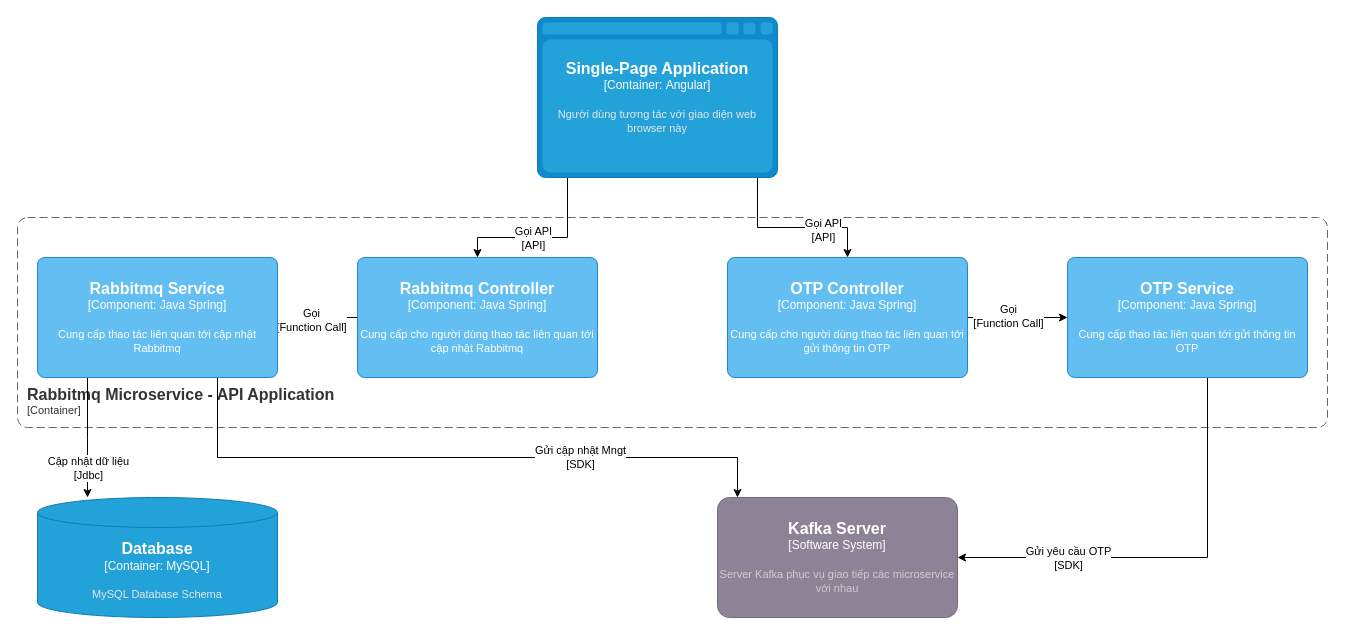
Earlier version of the draw.io diagram Idg-Portal lv3 Rabbitmq API.drawio (dangngocsoncntt/draw.io). Source tidied: cells renumbered, new cells numbered last; positions are measured from the earlier drawing's top-left corner, leaving out a move shared by most shapes. Both pictures are drawn from the tidied source at 100%, with x=0, y=0 at pixel (17, 17).
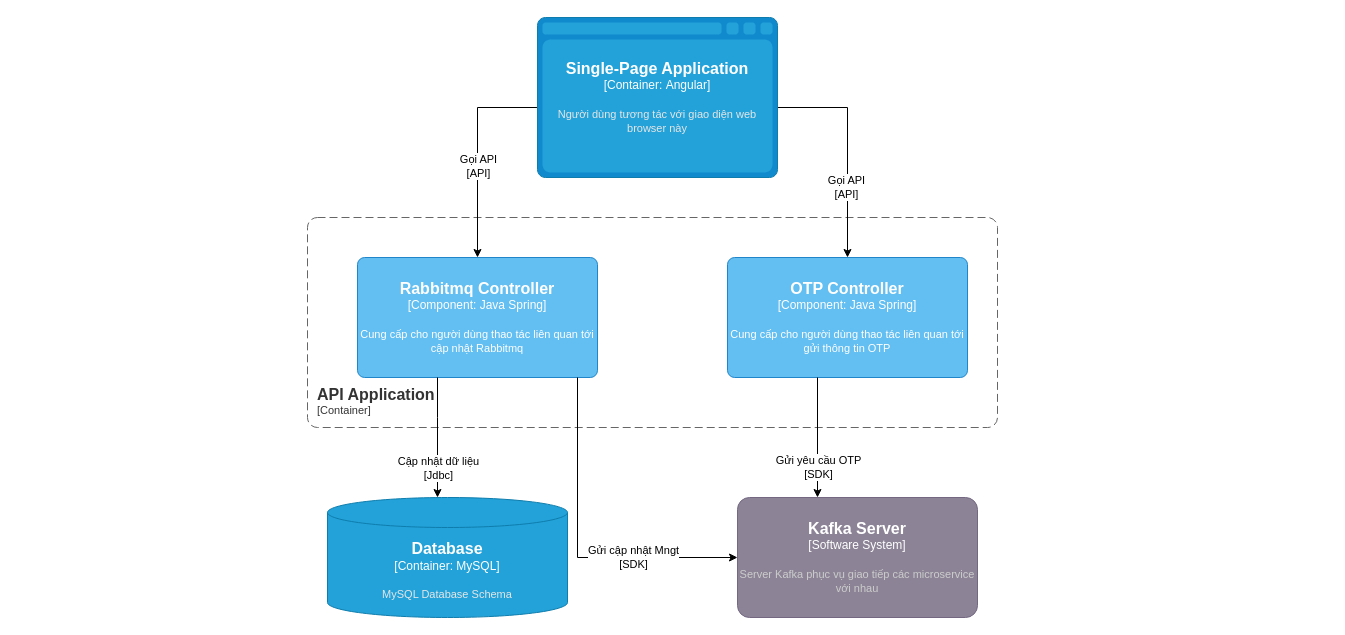
The same page after the edit.

The change refers to these unchanged cells:
```xml
<object id="7" label="&lt;font style=&quot;font-size: 16px&quot;&gt;&lt;b&gt;%c4Type%&lt;/b&gt;&lt;/font&gt;&lt;div&gt;[%c4Container%:&amp;nbsp;%c4Technology%]&lt;/div&gt;&lt;br&gt;&lt;div&gt;&lt;font style=&quot;font-size: 11px&quot;&gt;&lt;font color=&quot;#E6E6E6&quot;&gt;%c4Description%&lt;/font&gt;&lt;/div&gt;" c4Container="Container" c4Description="Người dùng tương tác với giao diện web browser này" c4Technology="Angular" c4Type="Single-Page Application" placeholders="1">
  <mxCell style="shape=mxgraph.c4.webBrowserContainer2;whiteSpace=wrap;html=1;boundedLbl=1;rounded=0;labelBackgroundColor=none;strokeColor=#118ACD;fillColor=#23A2D9;strokeColor=#118ACD;strokeColor2=#0E7DAD;fontSize=12;fontColor=#ffffff;align=center;points=[[0.5,0,0],[1,0.25,0],[1,0.5,0],[1,0.75,0],[0.5,1,0],[0,0.75,0],[0,0.5,0],[0,0.25,0]];" parent="1" vertex="1">
    <mxGeometry x="520" width="240" height="160" as="geometry" />
  </mxCell>
</object>
<object id="10" label="&lt;font style=&quot;font-size: 16px&quot;&gt;&lt;b&gt;%c4Name%&lt;/b&gt;&lt;/font&gt;&lt;div&gt;[%c4Type%: %c4Technology%]&lt;/div&gt;&lt;br&gt;&lt;div&gt;&lt;font style=&quot;font-size: 11px&quot;&gt;%c4Description%&lt;/font&gt;&lt;/div&gt;" c4Description="Cung cấp cho người dùng thao tác liên quan tới cập nhật Rabbitmq" c4Name="Rabbitmq Controller" c4Technology="Java Spring" c4Type="Component" placeholders="1">
  <mxCell style="rounded=1;whiteSpace=wrap;html=1;labelBackgroundColor=none;fillColor=#63BEF2;fontColor=#ffffff;align=center;arcSize=6;strokeColor=#2086C9;points=[[0.25,0,0],[0.5,0,0],[0.75,0,0],[1,0.25,0],[1,0.5,0],[1,0.75,0],[0.75,1,0],[0.5,1,0],[0.25,1,0],[0,0.75,0],[0,0.5,0],[0,0.25,0]];" parent="1" vertex="1">
    <mxGeometry x="340" y="240" width="240" height="120" as="geometry" />
  </mxCell>
</object>
<object id="13" label="&lt;font style=&quot;font-size: 16px&quot;&gt;&lt;b&gt;%c4Name%&lt;/b&gt;&lt;/font&gt;&lt;div&gt;[%c4Type%: %c4Technology%]&lt;/div&gt;&lt;br&gt;&lt;div&gt;&lt;font style=&quot;font-size: 11px&quot;&gt;%c4Description%&lt;/font&gt;&lt;/div&gt;" c4Description="Cung cấp cho người dùng thao tác liên quan tới gửi thông tin OTP" c4Name="OTP Controller" c4Technology="Java Spring" c4Type="Component" placeholders="1">
  <mxCell style="rounded=1;whiteSpace=wrap;html=1;labelBackgroundColor=none;fillColor=#63BEF2;fontColor=#ffffff;align=center;arcSize=6;strokeColor=#2086C9;points=[[0.25,0,0],[0.5,0,0],[0.75,0,0],[1,0.25,0],[1,0.5,0],[1,0.75,0],[0.75,1,0],[0.5,1,0],[0.25,1,0],[0,0.75,0],[0,0.5,0],[0,0.25,0]];" parent="1" vertex="1">
    <mxGeometry x="710" y="240" width="240" height="120" as="geometry" />
  </mxCell>
</object>
```

Diff of the diagram source:
```diff
@@
-    <object id="2" label="&lt;font style=&quot;font-size: 16px&quot;&gt;&lt;b&gt;&lt;div style=&quot;text-align: left&quot;&gt;%c4Name%&lt;/div&gt;&lt;/b&gt;&lt;/font&gt;&lt;div style=&quot;text-align: left&quot;&gt;[%c4Application%]&lt;/div&gt;" c4Application="Container" c4Name="Rabbitmq Microservice - API Application" placeholders="1">
+    <object id="2" label="&lt;font style=&quot;font-size: 16px&quot;&gt;&lt;b&gt;&lt;div style=&quot;text-align: left&quot;&gt;%c4Name%&lt;/div&gt;&lt;/b&gt;&lt;/font&gt;&lt;div style=&quot;text-align: left&quot;&gt;[%c4Application%]&lt;/div&gt;" c4Application="Container" c4Name="API Application" placeholders="1">
       <mxCell style="rounded=1;fontSize=11;whiteSpace=wrap;html=1;dashed=1;arcSize=20;fillColor=none;strokeColor=#666666;fontColor=#333333;labelBackgroundColor=none;align=left;verticalAlign=bottom;labelBorderColor=none;spacingTop=0;spacing=10;dashPattern=8 4;perimeter=rectanglePerimeter;noLabel=0;labelPadding=0;absoluteArcSize=1;" parent="1" vertex="1">
-        <mxGeometry y="200" width="1310" height="210" as="geometry" />
+        <mxGeometry x="290" y="200" width="690" height="210" as="geometry" />
       </mxCell>
     </object>
     <mxCell id="3" style="edgeStyle=orthogonalEdgeStyle;rounded=0;jettySize=auto;html=1;" parent="1" edge="1" source="7" target="10">
       <mxGeometry relative="1" as="geometry">
         <Array as="points">
-          <mxPoint x="550" y="220" />
-          <mxPoint x="460" y="220" />
+          <mxPoint x="460" y="90" />
         </Array>
       </mxGeometry>
     </mxCell>
@@
     <mxCell id="5" style="edgeStyle=orthogonalEdgeStyle;rounded=0;jettySize=auto;html=1;" parent="1" edge="1" source="7" target="13">
       <mxGeometry relative="1" as="geometry">
         <Array as="points">
-          <mxPoint x="740" y="210" />
-          <mxPoint x="830" y="210" />
+          <mxPoint x="830" y="90" />
         </Array>
       </mxGeometry>
     </mxCell>
@@
-    <mxCell id="8" style="edgeStyle=orthogonalEdgeStyle;rounded=0;jettySize=auto;html=1;" parent="1" edge="1" source="10" target="19">
-      <mxGeometry relative="1" as="geometry" />
-    </mxCell>
-    <mxCell id="9" value="Gọi&lt;br&gt;[Function Call]" style="edgeLabel;html=1;align=center;verticalAlign=middle;" parent="8" vertex="1">
-      <mxGeometry x="0.18" y="2" relative="1" as="geometry" />
-    </mxCell>
@@
-    <mxCell id="11" style="edgeStyle=orthogonalEdgeStyle;rounded=0;jettySize=auto;html=1;" parent="1" edge="1" source="13" target="22">
-      <mxGeometry relative="1" as="geometry" />
-    </mxCell>
-    <mxCell id="12" value="Gọi&lt;br style=&quot;border-color: var(--border-color);&quot;&gt;[Function Call]" style="edgeLabel;html=1;align=center;verticalAlign=middle;" parent="11" vertex="1">
-      <mxGeometry x="-0.2" y="2" relative="1" as="geometry" />
-    </mxCell>
@@
     <object id="14" label="&lt;font style=&quot;font-size: 16px&quot;&gt;&lt;b&gt;%c4Type%&lt;/b&gt;&lt;/font&gt;&lt;div&gt;[%c4Container%:&amp;nbsp;%c4Technology%]&lt;/div&gt;&lt;br&gt;&lt;div&gt;&lt;font style=&quot;font-size: 11px&quot;&gt;&lt;font color=&quot;#E6E6E6&quot;&gt;%c4Description%&lt;/font&gt;&lt;/div&gt;" c4Container="Container" c4Description="MySQL Database Schema" c4Technology="MySQL" c4Type="Database" placeholders="1">
       <mxCell style="shape=cylinder3;size=15;whiteSpace=wrap;html=1;boundedLbl=1;rounded=0;labelBackgroundColor=none;fillColor=#23A2D9;fontSize=12;fontColor=#ffffff;align=center;strokeColor=#0E7DAD;points=[[0.5,0,0],[1,0.25,0],[1,0.5,0],[1,0.75,0],[0.5,1,0],[0,0.75,0],[0,0.5,0],[0,0.25,0]];" parent="1" vertex="1">
-        <mxGeometry x="20" y="480" width="240" height="120" as="geometry" />
+        <mxGeometry x="310" y="480" width="240" height="120" as="geometry" />
       </mxCell>
     </object>
-    <mxCell id="15" style="edgeStyle=orthogonalEdgeStyle;rounded=0;jettySize=auto;html=1;" parent="1" edge="1" source="19" target="14">
+    <mxCell id="15" style="edgeStyle=orthogonalEdgeStyle;rounded=0;jettySize=auto;html=1;" parent="1" edge="1" source="10" target="14">
       <mxGeometry relative="1" as="geometry">
         <Array as="points">
-          <mxPoint x="70" y="420" />
-          <mxPoint x="70" y="420" />
+          <mxPoint x="420" y="400" />
+          <mxPoint x="420" y="400" />
         </Array>
       </mxGeometry>
     </mxCell>
@@
-    <mxCell id="17" style="edgeStyle=orthogonalEdgeStyle;rounded=0;jettySize=auto;html=1;" parent="1" edge="1" source="19" target="23">
+    <mxCell id="17" style="edgeStyle=orthogonalEdgeStyle;rounded=0;jettySize=auto;html=1;" parent="1" edge="1" source="10" target="23">
       <mxGeometry relative="1" as="geometry">
         <Array as="points">
-          <mxPoint x="200" y="440" />
-          <mxPoint x="720" y="440" />
+          <mxPoint x="560" y="540" />
         </Array>
       </mxGeometry>
     </mxCell>
@@
-    <object id="19" label="&lt;font style=&quot;font-size: 16px&quot;&gt;&lt;b&gt;%c4Name%&lt;/b&gt;&lt;/font&gt;&lt;div&gt;[%c4Type%: %c4Technology%]&lt;/div&gt;&lt;br&gt;&lt;div&gt;&lt;font style=&quot;font-size: 11px&quot;&gt;%c4Description%&lt;/font&gt;&lt;/div&gt;" c4Description="Cung cấp thao tác liên quan tới cập nhật Rabbitmq" c4Name="Rabbitmq Service" c4Technology="Java Spring" c4Type="Component" placeholders="1">
-      <mxCell style="rounded=1;whiteSpace=wrap;html=1;labelBackgroundColor=none;fillColor=#63BEF2;fontColor=#ffffff;align=center;arcSize=6;strokeColor=#2086C9;points=[[0.25,0,0],[0.5,0,0],[0.75,0,0],[1,0.25,0],[1,0.5,0],[1,0.75,0],[0.75,1,0],[0.5,1,0],[0.25,1,0],[0,0.75,0],[0,0.5,0],[0,0.25,0]];" parent="1" vertex="1">
-        <mxGeometry x="20" y="240" width="240" height="120" as="geometry" />
-      </mxCell>
-    </object>
-    <mxCell id="20" style="edgeStyle=orthogonalEdgeStyle;rounded=0;jettySize=auto;html=1;" parent="1" edge="1" source="22" target="23">
+    <mxCell id="20" style="edgeStyle=orthogonalEdgeStyle;rounded=0;jettySize=auto;html=1;" parent="1" edge="1" source="13" target="23">
       <mxGeometry relative="1" as="geometry">
         <Array as="points">
-          <mxPoint x="1190" y="540" />
+          <mxPoint x="800" y="460" />
+          <mxPoint x="800" y="460" />
         </Array>
       </mxGeometry>
     </mxCell>
@@
-    <object id="22" label="&lt;font style=&quot;font-size: 16px&quot;&gt;&lt;b&gt;%c4Name%&lt;/b&gt;&lt;/font&gt;&lt;div&gt;[%c4Type%: %c4Technology%]&lt;/div&gt;&lt;br&gt;&lt;div&gt;&lt;font style=&quot;font-size: 11px&quot;&gt;%c4Description%&lt;/font&gt;&lt;/div&gt;" c4Description="Cung cấp thao tác liên quan tới gửi thông tin OTP" c4Name="OTP Service" c4Technology="Java Spring" c4Type="Component" placeholders="1">
-      <mxCell style="rounded=1;whiteSpace=wrap;html=1;labelBackgroundColor=none;fillColor=#63BEF2;fontColor=#ffffff;align=center;arcSize=6;strokeColor=#2086C9;points=[[0.25,0,0],[0.5,0,0],[0.75,0,0],[1,0.25,0],[1,0.5,0],[1,0.75,0],[0.75,1,0],[0.5,1,0],[0.25,1,0],[0,0.75,0],[0,0.5,0],[0,0.25,0]];" parent="1" vertex="1">
-        <mxGeometry x="1050" y="240" width="240" height="120" as="geometry" />
-      </mxCell>
-    </object>
     <object id="23" label="&lt;font style=&quot;font-size: 16px&quot;&gt;&lt;b&gt;%c4Name%&lt;/b&gt;&lt;/font&gt;&lt;div&gt;[%c4Type%]&lt;/div&gt;&lt;br&gt;&lt;div&gt;&lt;font style=&quot;font-size: 11px&quot;&gt;&lt;font color=&quot;#cccccc&quot;&gt;%c4Description%&lt;/font&gt;&lt;/div&gt;" c4Description="Server Kafka phục vụ giao tiếp các microservice với nhau" c4Name="Kafka Server" c4Type="Software System" placeholders="1">
       <mxCell style="rounded=1;whiteSpace=wrap;html=1;labelBackgroundColor=none;fillColor=#8C8496;fontColor=#ffffff;align=center;arcSize=10;strokeColor=#736782;points=[[0.25,0,0],[0.5,0,0],[0.75,0,0],[1,0.25,0],[1,0.5,0],[1,0.75,0],[0.75,1,0],[0.5,1,0],[0.25,1,0],[0,0.75,0],[0,0.5,0],[0,0.25,0]];" parent="1" vertex="1">
-        <mxGeometry x="700" y="480" width="240" height="120" as="geometry" />
+        <mxGeometry x="720" y="480" width="240" height="120" as="geometry" />
       </mxCell>
     </object>
```
